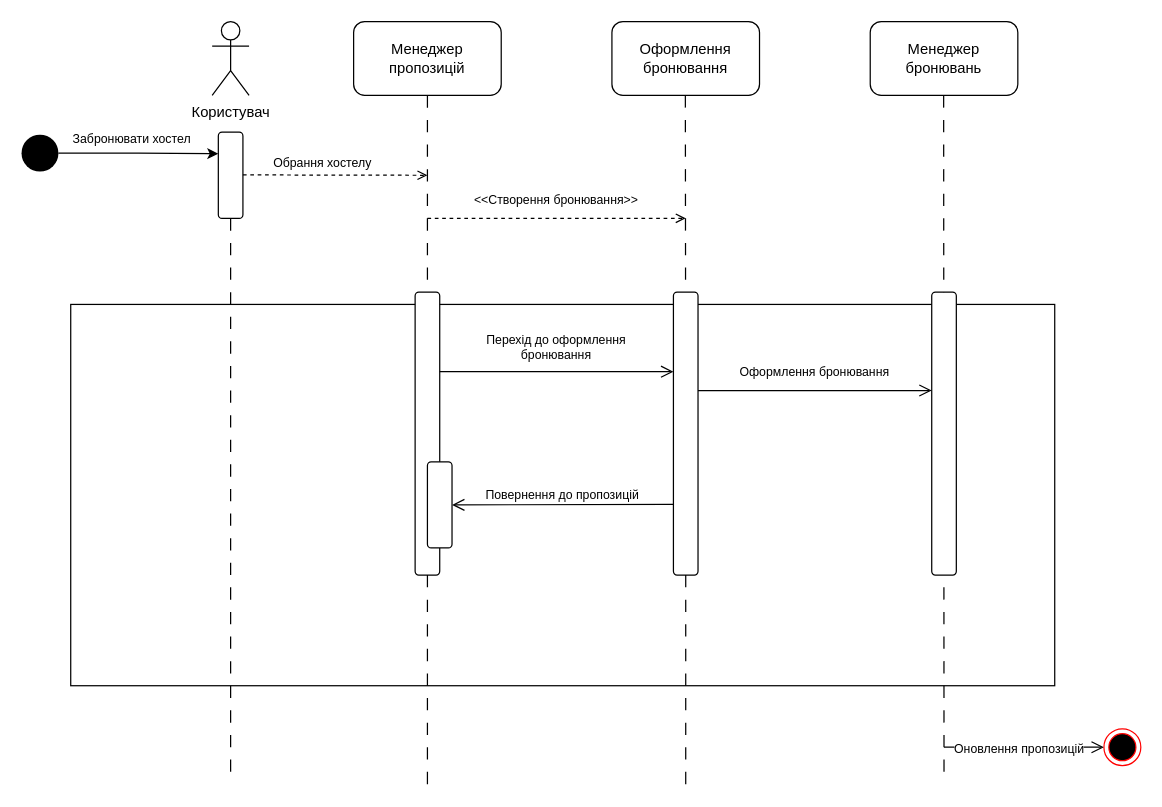
Above: uml-sequence.drawio in ilkuzmenko/uml-diagrams (draw.io), before the change. Source tidied: cells renumbered, new cells numbered last; positions are measured from the earlier drawing's top-left corner, leaving out a move shared by most shapes. Both pictures are drawn from the tidied source at 123%, with x=0, y=0 at pixel (21, 21).
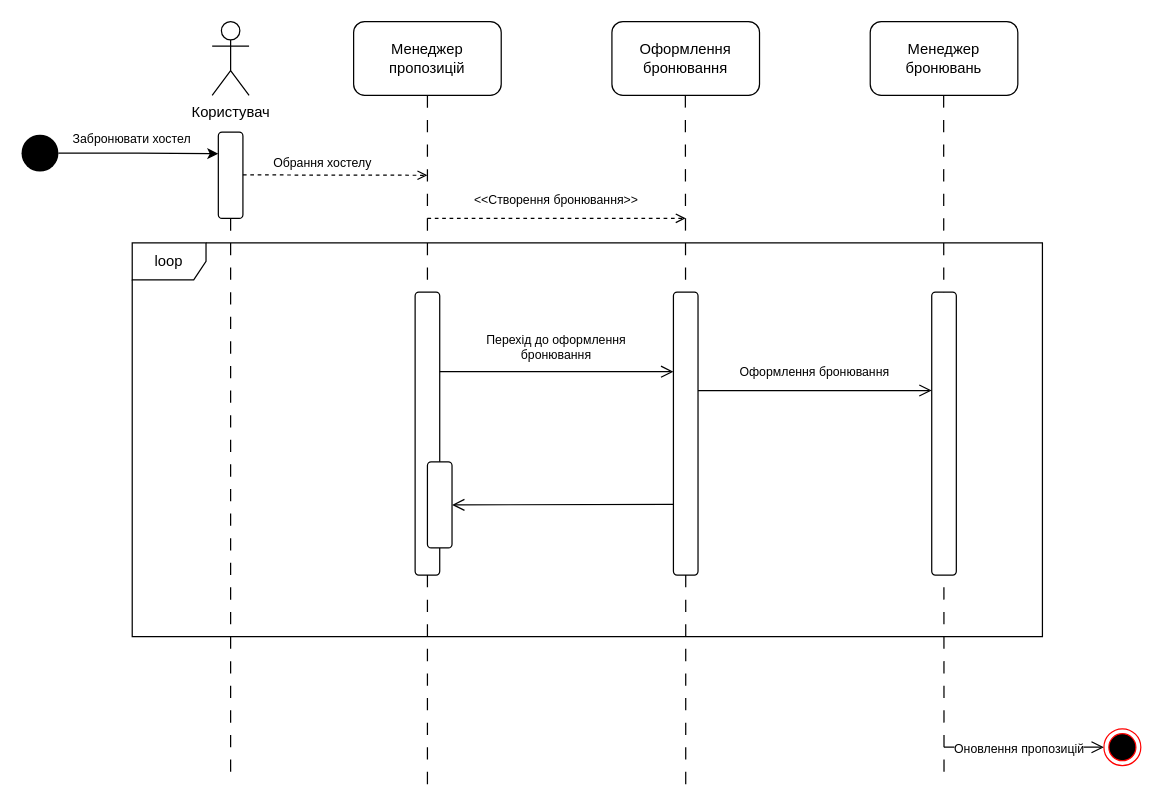
After the change.

The edit, as a diff of the source:
```diff
@@
-    <mxCell id="9" value="Повернення до пропозицій" style="whiteSpace=wrap;html=1;fontSize=10;" parent="1" vertex="1">
-      <mxGeometry x="40" y="230" width="800" height="310" as="geometry" />
-    </mxCell>
@@
+    <mxCell id="33" value="loop" style="shape=umlFrame;whiteSpace=wrap;html=1;" parent="1" vertex="1">
+      <mxGeometry x="90" y="180" width="740" height="320" as="geometry" />
+    </mxCell>
```
